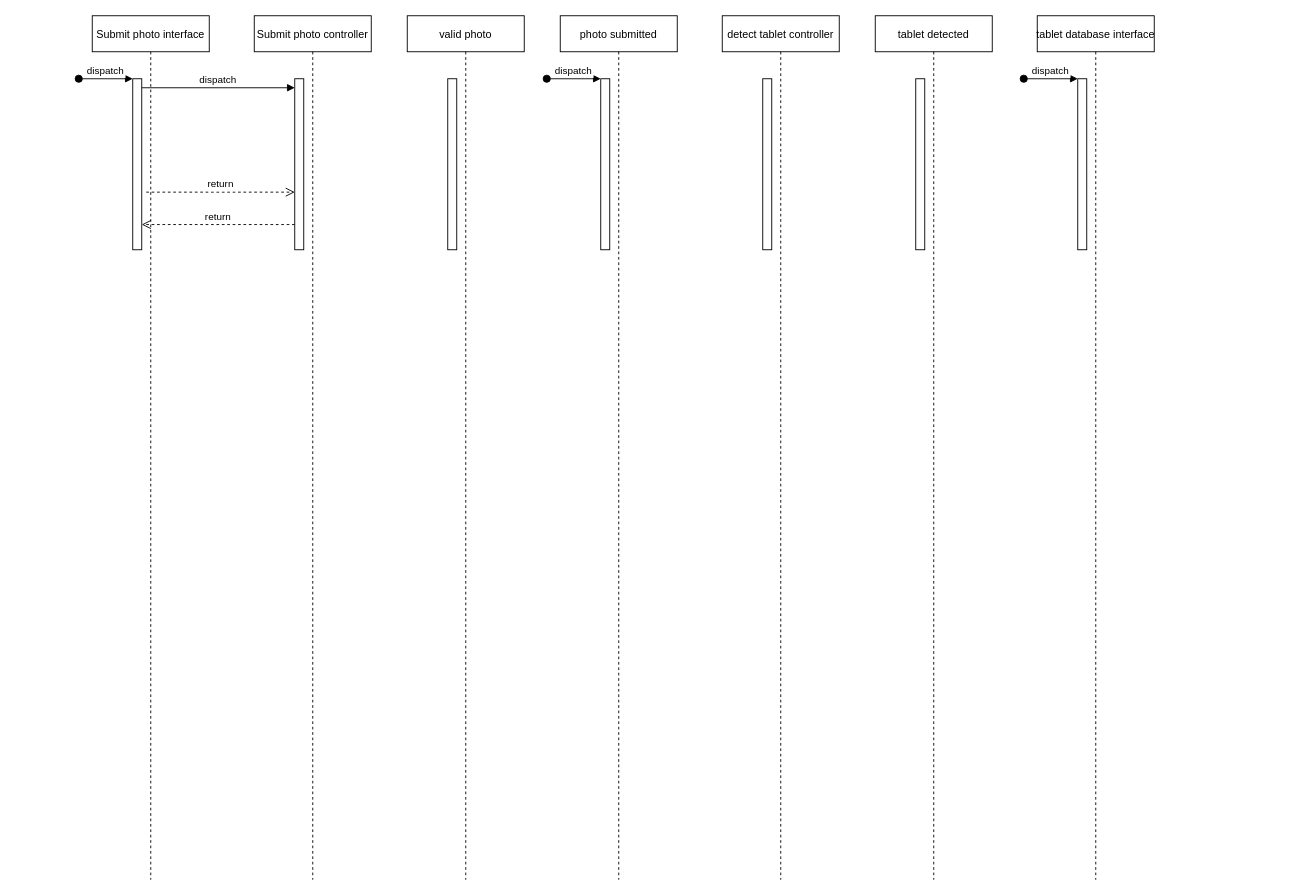
This is public/Untitled Diagram.drawio from pinkishincoloragain/whoami, a draw.io file, before an edit. Source tidied: cells renumbered, new cells numbered last; positions are measured from the earlier drawing's top-left corner, leaving out a move shared by most shapes. Both pictures are drawn from the tidied source at 90%, with x=0, y=0 at pixel (78, 15).
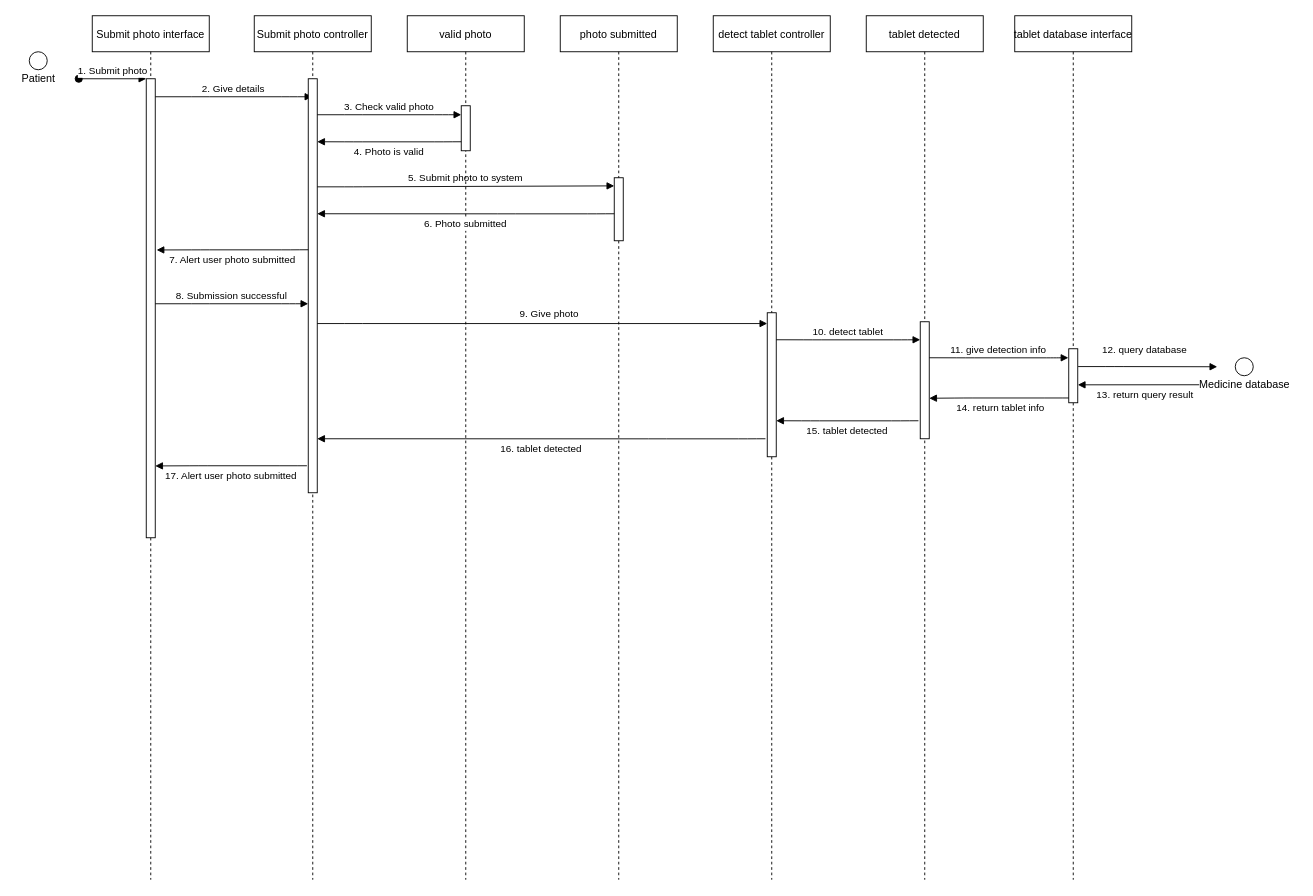
Above is the later version.

The change refers to these unchanged cells:
```xml
<mxCell id="2" value="Submit photo interface" style="shape=umlLifeline;perimeter=lifelinePerimeter;rounded=0;shadow=0;strokeWidth=1;" parent="1" vertex="1">
  <mxGeometry x="15" width="130" height="960" as="geometry" />
</mxCell>
<mxCell id="8" value="Submit photo controller" style="shape=umlLifeline;perimeter=lifelinePerimeter;rounded=0;shadow=0;strokeWidth=1;" parent="1" vertex="1">
  <mxGeometry x="195" width="130" height="960" as="geometry" />
</mxCell>
<mxCell id="10" value="valid photo" style="shape=umlLifeline;perimeter=lifelinePerimeter;rounded=0;shadow=0;strokeWidth=1;" parent="1" vertex="1">
  <mxGeometry x="365" width="130" height="960" as="geometry" />
</mxCell>
<mxCell id="12" value="photo submitted" style="shape=umlLifeline;perimeter=lifelinePerimeter;rounded=0;shadow=0;strokeWidth=1;" parent="1" vertex="1">
  <mxGeometry x="535" width="130" height="960" as="geometry" />
</mxCell>
```

The edit, as a diff of the source:
```diff
@@
     <mxCell id="3" style="points=[];perimeter=orthogonalPerimeter;rounded=0;shadow=0;strokeWidth=1;" parent="2" vertex="1">
-      <mxGeometry x="45" y="70" width="10" height="190" as="geometry" />
+      <mxGeometry x="60" y="70" width="10" height="510" as="geometry" />
     </mxCell>
-    <mxCell id="4" value="dispatch" style="verticalAlign=bottom;startArrow=oval;endArrow=block;startSize=8;shadow=0;strokeWidth=1;" parent="2" edge="1" target="3">
+    <mxCell id="4" value="1. Submit photo" style="verticalAlign=bottom;startArrow=oval;endArrow=block;startSize=8;shadow=0;strokeWidth=1;" parent="2" edge="1" target="3">
       <mxGeometry relative="1" as="geometry">
         <mxPoint x="-15" y="70" as="sourcePoint" />
       </mxGeometry>
     </mxCell>
-    <mxCell id="5" value="return" style="verticalAlign=bottom;endArrow=open;dashed=1;endSize=8;exitX=0;exitY=0.95;shadow=0;strokeWidth=1;" parent="1" edge="1" target="3">
-      <mxGeometry relative="1" as="geometry">
-        <mxPoint x="240" y="232" as="sourcePoint" />
-      </mxGeometry>
-    </mxCell>
-    <mxCell id="6" value="dispatch" style="verticalAlign=bottom;endArrow=block;entryX=0;entryY=0;shadow=0;strokeWidth=1;" parent="1" edge="1" source="3">
+    <mxCell id="6" value="2. Give details" style="verticalAlign=bottom;endArrow=block;shadow=0;strokeWidth=1;" parent="1" edge="1" source="3" target="8">
       <mxGeometry relative="1" as="geometry">
-        <mxPoint x="240" y="80" as="targetPoint" />
+        <Array as="points">
+          <mxPoint x="135" y="90" />
+          <mxPoint x="235" y="90" />
+        </Array>
       </mxGeometry>
     </mxCell>
-    <mxCell id="7" value="return" style="verticalAlign=bottom;endArrow=open;dashed=1;endSize=8;exitX=1;exitY=0.95;shadow=0;strokeWidth=1;" parent="1" edge="1">
-      <mxGeometry relative="1" as="geometry">
-        <mxPoint x="75" y="196" as="sourcePoint" />
-        <mxPoint x="240" y="196" as="targetPoint" />
-      </mxGeometry>
-    </mxCell>
@@
     <mxCell id="9" style="perimeter=orthogonalPerimeter;rounded=0;shadow=0;strokeWidth=1;" parent="8" vertex="1">
-      <mxGeometry x="45" y="70" width="10" height="190" as="geometry" />
+      <mxGeometry x="60" y="70" width="10" height="460" as="geometry" />
     </mxCell>
+    <mxCell id="22" value="3. Check valid photo" style="verticalAlign=bottom;endArrow=block;shadow=0;strokeWidth=1;" parent="8" edge="1" target="11">
+      <mxGeometry relative="1" as="geometry">
+        <mxPoint x="70" y="110" as="sourcePoint" />
+        <Array as="points">
+          <mxPoint x="110" y="110" />
+          <mxPoint x="210" y="110" />
+        </Array>
+      </mxGeometry>
+    </mxCell>
+    <mxCell id="23" value="5. Submit photo to system" style="verticalAlign=bottom;endArrow=block;shadow=0;strokeWidth=1;entryX=0;entryY=0.129;entryDx=0;entryDy=0;entryPerimeter=0;" parent="8" edge="1" target="13">
+      <mxGeometry relative="1" as="geometry">
+        <mxPoint x="70" y="190.1" as="sourcePoint" />
+        <Array as="points">
+          <mxPoint x="110" y="190.1" />
+        </Array>
+      </mxGeometry>
+    </mxCell>
@@
     <mxCell id="11" style="points=[];perimeter=orthogonalPerimeter;rounded=0;shadow=0;strokeWidth=1;" parent="10" vertex="1">
-      <mxGeometry x="45" y="70" width="10" height="190" as="geometry" />
+      <mxGeometry x="60" y="100" width="10" height="50" as="geometry" />
     </mxCell>
@@
     <mxCell id="13" style="points=[];perimeter=orthogonalPerimeter;rounded=0;shadow=0;strokeWidth=1;" parent="12" vertex="1">
-      <mxGeometry x="45" y="70" width="10" height="190" as="geometry" />
+      <mxGeometry x="60" y="180" width="10" height="70" as="geometry" />
     </mxCell>
-    <mxCell id="14" value="dispatch" style="verticalAlign=bottom;startArrow=oval;endArrow=block;startSize=8;shadow=0;strokeWidth=1;" parent="12" edge="1" target="13">
-      <mxGeometry relative="1" as="geometry">
-        <mxPoint x="-15" y="70" as="sourcePoint" />
-      </mxGeometry>
-    </mxCell>
+    <mxCell id="24" value="6. Photo submitted" style="verticalAlign=bottom;endArrow=block;shadow=0;strokeWidth=1;" parent="12" edge="1">
+      <mxGeometry y="20" relative="1" as="geometry">
+        <mxPoint x="60" y="220" as="sourcePoint" />
+        <mxPoint x="-270" y="220" as="targetPoint" />
+        <Array as="points">
+          <mxPoint x="40" y="220.1" />
+          <mxPoint x="-60" y="220.1" />
+        </Array>
+      </mxGeometry>
+    </mxCell>
+    <mxCell id="25" value="16. tablet detected" style="verticalAlign=bottom;endArrow=block;shadow=0;strokeWidth=1;" parent="12" edge="1">
+      <mxGeometry y="20" relative="1" as="geometry">
+        <mxPoint x="228" y="470" as="sourcePoint" />
+        <mxPoint x="-270" y="470" as="targetPoint" />
+        <Array as="points">
+          <mxPoint x="208" y="470.1" />
+          <mxPoint x="108" y="470.1" />
+        </Array>
+      </mxGeometry>
+    </mxCell>
     <mxCell id="15" value="detect tablet controller" style="shape=umlLifeline;perimeter=lifelinePerimeter;rounded=0;shadow=0;strokeWidth=1;" parent="1" vertex="1">
-      <mxGeometry x="715" width="130" height="960" as="geometry" />
+      <mxGeometry x="705" width="130" height="960" as="geometry" />
     </mxCell>
     <mxCell id="16" style="perimeter=orthogonalPerimeter;rounded=0;shadow=0;strokeWidth=1;" parent="15" vertex="1">
-      <mxGeometry x="45" y="70" width="10" height="190" as="geometry" />
+      <mxGeometry x="60" y="330" width="10" height="160" as="geometry" />
     </mxCell>
     <mxCell id="17" value="tablet detected" style="shape=umlLifeline;perimeter=lifelinePerimeter;rounded=0;shadow=0;strokeWidth=1;" parent="1" vertex="1">
-      <mxGeometry x="885" width="130" height="960" as="geometry" />
+      <mxGeometry x="875" width="130" height="960" as="geometry" />
     </mxCell>
     <mxCell id="18" style="perimeter=orthogonalPerimeter;rounded=0;shadow=0;strokeWidth=1;" parent="17" vertex="1">
-      <mxGeometry x="45" y="70" width="10" height="190" as="geometry" />
+      <mxGeometry x="60" y="340" width="10" height="130" as="geometry" />
     </mxCell>
+    <mxCell id="26" value="14. return tablet info" style="verticalAlign=bottom;endArrow=block;shadow=0;strokeWidth=1;" parent="17" edge="1">
+      <mxGeometry y="20" relative="1" as="geometry">
+        <mxPoint x="228.5" y="424.7" as="sourcePoint" />
+        <mxPoint x="70" y="425" as="targetPoint" />
+        <Array as="points">
+          <mxPoint x="208.5" y="424.7" />
+          <mxPoint x="108.5" y="424.7" />
+        </Array>
+      </mxGeometry>
+    </mxCell>
     <mxCell id="19" value="tablet database interface" style="shape=umlLifeline;perimeter=lifelinePerimeter;rounded=0;shadow=0;strokeWidth=1;" parent="1" vertex="1">
-      <mxGeometry x="1065" width="130" height="960" as="geometry" />
+      <mxGeometry x="1040" width="130" height="960" as="geometry" />
     </mxCell>
     <mxCell id="20" style="points=[];perimeter=orthogonalPerimeter;rounded=0;shadow=0;strokeWidth=1;" parent="19" vertex="1">
-      <mxGeometry x="45" y="70" width="10" height="190" as="geometry" />
+      <mxGeometry x="60" y="370" width="10" height="60" as="geometry" />
     </mxCell>
-    <mxCell id="21" value="dispatch" style="verticalAlign=bottom;startArrow=oval;endArrow=block;startSize=8;shadow=0;strokeWidth=1;" parent="19" edge="1" target="20">
-      <mxGeometry relative="1" as="geometry">
-        <mxPoint x="-15" y="70" as="sourcePoint" />
-      </mxGeometry>
-    </mxCell>
+    <mxCell id="27" style="ellipse;whiteSpace=wrap;html=1;" parent="1" vertex="1">
+      <mxGeometry x="-55" y="40" width="20" height="20" as="geometry" />
+    </mxCell>
+    <mxCell id="28" value="Patient" style="text;html=1;align=center;verticalAlign=middle;strokeColor=none;fillColor=none;" parent="1" vertex="1">
+      <mxGeometry x="-70" y="60" width="50" height="20" as="geometry" />
+    </mxCell>
+    <mxCell id="29" value="4. Photo is valid" style="verticalAlign=bottom;endArrow=block;shadow=0;strokeWidth=1;entryX=0;entryY=0.105;entryDx=0;entryDy=0;entryPerimeter=0;" parent="1" edge="1">
+      <mxGeometry y="20" relative="1" as="geometry">
+        <mxPoint x="425" y="140" as="sourcePoint" />
+        <mxPoint x="265" y="140" as="targetPoint" />
+        <Array as="points">
+          <mxPoint x="405" y="140.1" />
+          <mxPoint x="305" y="140.1" />
+        </Array>
+      </mxGeometry>
+    </mxCell>
+    <mxCell id="30" value="7. Alert user photo submitted" style="verticalAlign=bottom;endArrow=block;shadow=0;strokeWidth=1;entryX=1.152;entryY=0.373;entryDx=0;entryDy=0;entryPerimeter=0;" parent="1" edge="1" target="3">
+      <mxGeometry y="20" relative="1" as="geometry">
+        <mxPoint x="255" y="260" as="sourcePoint" />
+        <Array as="points">
+          <mxPoint x="235" y="260.1" />
+          <mxPoint x="135" y="260.1" />
+        </Array>
+      </mxGeometry>
+    </mxCell>
+    <mxCell id="31" value="8. Submission successful" style="verticalAlign=bottom;endArrow=block;shadow=0;strokeWidth=1;" parent="1" edge="1">
+      <mxGeometry relative="1" as="geometry">
+        <mxPoint x="85" y="320" as="sourcePoint" />
+        <mxPoint x="255" y="320" as="targetPoint" />
+        <Array as="points">
+          <mxPoint x="135" y="320" />
+          <mxPoint x="235" y="320" />
+        </Array>
+      </mxGeometry>
+    </mxCell>
+    <mxCell id="32" value="9. Give photo" style="verticalAlign=bottom;endArrow=block;shadow=0;strokeWidth=1;" parent="1" edge="1">
+      <mxGeometry x="0.03" y="2" relative="1" as="geometry">
+        <mxPoint x="265" y="342" as="sourcePoint" />
+        <mxPoint x="765" y="342" as="targetPoint" />
+        <Array as="points">
+          <mxPoint x="305" y="342" />
+        </Array>
+      </mxGeometry>
+    </mxCell>
+    <mxCell id="33" value="10. detect tablet" style="verticalAlign=bottom;endArrow=block;shadow=0;strokeWidth=1;entryX=0;entryY=0.105;entryDx=0;entryDy=0;entryPerimeter=0;" parent="1" edge="1">
+      <mxGeometry relative="1" as="geometry">
+        <mxPoint x="775" y="360" as="sourcePoint" />
+        <mxPoint x="935" y="360" as="targetPoint" />
+        <Array as="points">
+          <mxPoint x="815" y="360.1" />
+          <mxPoint x="915" y="360.1" />
+        </Array>
+      </mxGeometry>
+    </mxCell>
+    <mxCell id="34" value="11. give detection info" style="verticalAlign=bottom;endArrow=block;shadow=0;strokeWidth=1;entryX=-0.039;entryY=0.167;entryDx=0;entryDy=0;entryPerimeter=0;" parent="1" edge="1" target="20">
+      <mxGeometry relative="1" as="geometry">
+        <mxPoint x="945" y="380" as="sourcePoint" />
+        <Array as="points">
+          <mxPoint x="985" y="380.1" />
+          <mxPoint x="1085" y="380.1" />
+        </Array>
+      </mxGeometry>
+    </mxCell>
+    <mxCell id="35" value="15. tablet detected" style="verticalAlign=bottom;endArrow=block;shadow=0;strokeWidth=1;" parent="1" edge="1">
+      <mxGeometry y="20" relative="1" as="geometry">
+        <mxPoint x="933" y="450" as="sourcePoint" />
+        <mxPoint x="775" y="450" as="targetPoint" />
+        <Array as="points">
+          <mxPoint x="913" y="450.1" />
+          <mxPoint x="813" y="450.1" />
+        </Array>
+      </mxGeometry>
+    </mxCell>
+    <mxCell id="36" style="ellipse;whiteSpace=wrap;html=1;" parent="1" vertex="1">
+      <mxGeometry x="1285" y="380" width="20" height="20" as="geometry" />
+    </mxCell>
+    <mxCell id="37" value="Medicine database" style="text;html=1;align=center;verticalAlign=middle;strokeColor=none;fillColor=none;" parent="1" vertex="1">
+      <mxGeometry x="1235" y="400" width="120" height="20" as="geometry" />
+    </mxCell>
+    <mxCell id="38" value="12. query database" style="verticalAlign=bottom;endArrow=block;shadow=0;strokeWidth=1;" parent="1" edge="1">
+      <mxGeometry x="-0.04" y="10" relative="1" as="geometry">
+        <mxPoint x="1110.4" y="389.8" as="sourcePoint" />
+        <mxPoint x="1265" y="390" as="targetPoint" />
+        <Array as="points">
+          <mxPoint x="1150.4" y="389.8" />
+        </Array>
+      </mxGeometry>
+    </mxCell>
+    <mxCell id="39" value="13. return query result" style="verticalAlign=bottom;endArrow=block;shadow=0;strokeWidth=1;entryX=1.006;entryY=0.668;entryDx=0;entryDy=0;entryPerimeter=0;" parent="1" edge="1" target="20">
+      <mxGeometry x="-0.11" y="20" relative="1" as="geometry">
+        <mxPoint x="1245" y="410" as="sourcePoint" />
+      </mxGeometry>
+    </mxCell>
+    <mxCell id="40" value="17. Alert user photo submitted" style="verticalAlign=bottom;endArrow=block;shadow=0;strokeWidth=1;entryX=1.152;entryY=0.373;entryDx=0;entryDy=0;entryPerimeter=0;" parent="1" edge="1">
+      <mxGeometry y="20" relative="1" as="geometry">
+        <mxPoint x="253.5" y="500" as="sourcePoint" />
+        <mxPoint x="85" y="500.2" as="targetPoint" />
+        <Array as="points">
+          <mxPoint x="233.5" y="500" />
+          <mxPoint x="133.5" y="500" />
+        </Array>
+      </mxGeometry>
+    </mxCell>
```
